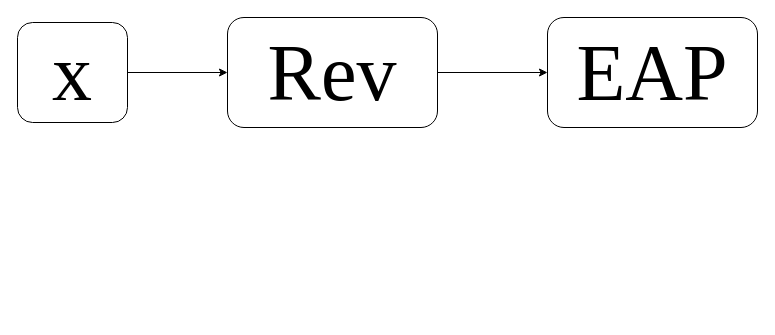
This is 3.drawio from htired/git-demo, a draw.io file, before an edit. Source tidied: cells renumbered, new cells numbered last; positions are measured from the earlier drawing's top-left corner, leaving out a move shared by most shapes. Both pictures are drawn from the tidied source at 100%, with x=0, y=0 at pixel (17, 17).
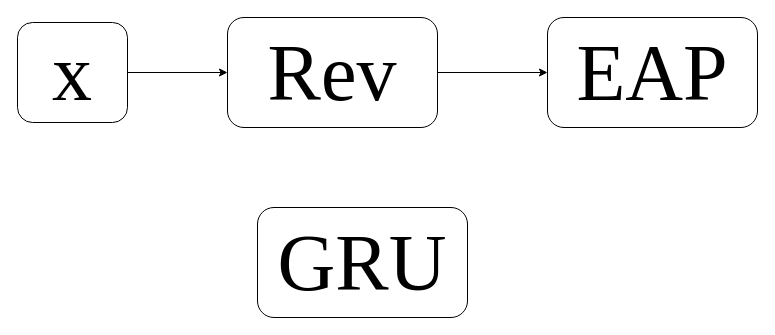
Above is the later version.

The edit, as a diff of the source:
```diff
@@
 <mxGraphModel>
   <root>
     <mxCell id="0" />
     <mxCell id="1" parent="0" />
     <mxCell id="2" value="EAP" style="rounded=1;whiteSpace=wrap;html=1;fontFamily=Times New Roman;fontSize=80;" parent="1" vertex="1">
       <mxGeometry x="530" width="210" height="110" as="geometry" />
     </mxCell>
     <mxCell id="3" style="edgeStyle=orthogonalEdgeStyle;rounded=0;jettySize=auto;html=1;exitX=1;exitY=0.5;exitDx=0;exitDy=0;entryX=0;entryY=0.5;entryDx=0;entryDy=0;" parent="1" edge="1" source="4" target="2">
       <mxGeometry relative="1" as="geometry" />
     </mxCell>
     <mxCell id="4" value="Rev" style="rounded=1;whiteSpace=wrap;html=1;fontFamily=Times New Roman;fontSize=80;" parent="1" vertex="1">
       <mxGeometry x="210" width="210" height="110" as="geometry" />
     </mxCell>
     <mxCell id="5" style="edgeStyle=orthogonalEdgeStyle;rounded=0;jettySize=auto;html=1;exitX=1;exitY=0.5;exitDx=0;exitDy=0;entryX=0;entryY=0.5;entryDx=0;entryDy=0;" parent="1" edge="1" source="6" target="4">
       <mxGeometry relative="1" as="geometry" />
     </mxCell>
     <mxCell id="6" value="x" style="rounded=1;whiteSpace=wrap;html=1;fontFamily=Times New Roman;fontSize=80;" parent="1" vertex="1">
       <mxGeometry y="5" width="110" height="100" as="geometry" />
     </mxCell>
+    <mxCell id="7" value="GRU" style="rounded=1;whiteSpace=wrap;html=1;fontFamily=Times New Roman;fontSize=80;" parent="1" vertex="1">
+      <mxGeometry x="240" y="190" width="210" height="110" as="geometry" />
+    </mxCell>
   </root>
 </mxGraphModel>
```
